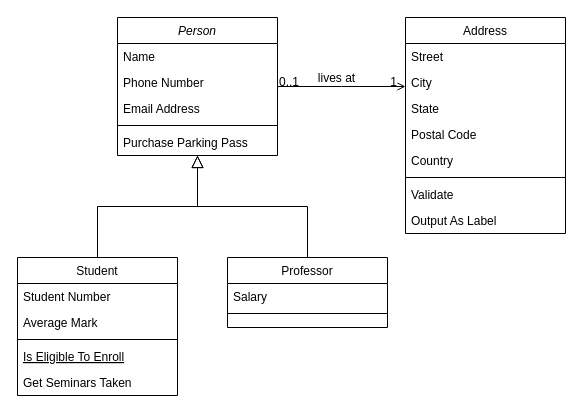
Earlier version of the draw.io diagram exemplos/DiagramaClassePessoa.drawio (ProfNpc/diagramas). Source tidied: cells renumbered, new cells numbered last; positions are measured from the earlier drawing's top-left corner, leaving out a move shared by most shapes. Both pictures are drawn from the tidied source at 100%, with x=0, y=0 at pixel (17, 17).
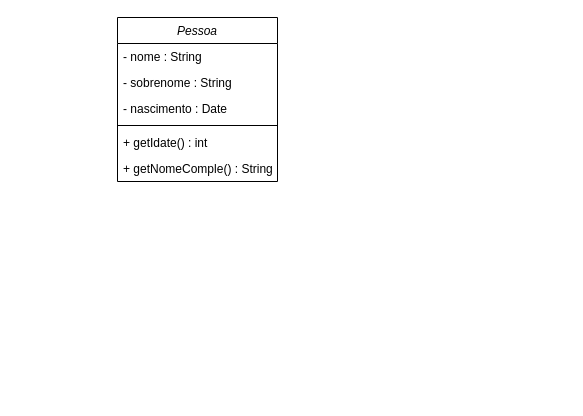
After the change.

The edit, as a diff of the source:
```diff
@@
-    <mxCell id="2" value="Person" style="swimlane;fontStyle=2;align=center;verticalAlign=top;horizontal=1;startSize=26;rounded=0;shadow=0;strokeWidth=1;" parent="1" vertex="1">
-      <mxGeometry x="100" width="160" height="138" as="geometry" />
+    <mxCell id="2" value="Pessoa" style="swimlane;fontStyle=2;align=center;verticalAlign=top;horizontal=1;startSize=26;rounded=0;shadow=0;strokeWidth=1;" parent="1" vertex="1">
+      <mxGeometry x="100" width="160" height="164" as="geometry" />
     </mxCell>
-    <mxCell id="3" value="Name" style="text;align=left;verticalAlign=top;spacingLeft=4;spacingRight=4;overflow=hidden;" parent="2" vertex="1">
+    <mxCell id="3" value="- nome : String" style="text;align=left;verticalAlign=top;spacingLeft=4;spacingRight=4;overflow=hidden;" parent="2" vertex="1">
       <mxGeometry y="26" width="160" height="26" as="geometry" />
     </mxCell>
-    <mxCell id="4" value="Phone Number" style="text;align=left;verticalAlign=top;spacingLeft=4;spacingRight=4;overflow=hidden;rounded=0;shadow=0;html=0;" parent="2" vertex="1">
+    <mxCell id="4" value="- sobrenome : String" style="text;align=left;verticalAlign=top;spacingLeft=4;spacingRight=4;overflow=hidden;rounded=0;shadow=0;html=0;" parent="2" vertex="1">
       <mxGeometry y="52" width="160" height="26" as="geometry" />
     </mxCell>
-    <mxCell id="5" value="Email Address" style="text;align=left;verticalAlign=top;spacingLeft=4;spacingRight=4;overflow=hidden;rounded=0;shadow=0;html=0;" parent="2" vertex="1">
+    <mxCell id="5" value="- nascimento : Date" style="text;align=left;verticalAlign=top;spacingLeft=4;spacingRight=4;overflow=hidden;rounded=0;shadow=0;html=0;" parent="2" vertex="1">
       <mxGeometry y="78" width="160" height="26" as="geometry" />
     </mxCell>
@@
-    <mxCell id="7" value="Purchase Parking Pass" style="text;align=left;verticalAlign=top;spacingLeft=4;spacingRight=4;overflow=hidden;" parent="2" vertex="1">
+    <mxCell id="7" value="+ getIdate() : int" style="text;align=left;verticalAlign=top;spacingLeft=4;spacingRight=4;overflow=hidden;" parent="2" vertex="1">
       <mxGeometry y="112" width="160" height="26" as="geometry" />
     </mxCell>
-    <mxCell id="8" value="Student" style="swimlane;fontStyle=0;align=center;verticalAlign=top;horizontal=1;startSize=26;rounded=0;shadow=0;strokeWidth=1;" parent="1" vertex="1">
-      <mxGeometry y="240" width="160" height="138" as="geometry" />
-    </mxCell>
-    <mxCell id="9" value="Student Number" style="text;align=left;verticalAlign=top;spacingLeft=4;spacingRight=4;overflow=hidden;" parent="8" vertex="1">
-      <mxGeometry y="26" width="160" height="26" as="geometry" />
-    </mxCell>
-    <mxCell id="10" value="Average Mark" style="text;align=left;verticalAlign=top;spacingLeft=4;spacingRight=4;overflow=hidden;rounded=0;shadow=0;html=0;" parent="8" vertex="1">
-      <mxGeometry y="52" width="160" height="26" as="geometry" />
-    </mxCell>
-    <mxCell id="11" style="line;html=1;strokeWidth=1;align=left;verticalAlign=middle;spacingTop=-1;spacingLeft=3;spacingRight=3;labelPosition=right;" parent="8" vertex="1">
-      <mxGeometry y="78" width="160" height="8" as="geometry" />
-    </mxCell>
-    <mxCell id="12" value="Is Eligible To Enroll" style="text;align=left;verticalAlign=top;spacingLeft=4;spacingRight=4;overflow=hidden;fontStyle=4;" parent="8" vertex="1">
-      <mxGeometry y="86" width="160" height="26" as="geometry" />
-    </mxCell>
-    <mxCell id="13" value="Get Seminars Taken" style="text;align=left;verticalAlign=top;spacingLeft=4;spacingRight=4;overflow=hidden;" parent="8" vertex="1">
-      <mxGeometry y="112" width="160" height="26" as="geometry" />
-    </mxCell>
-    <mxCell id="14" style="endArrow=block;endSize=10;endFill=0;shadow=0;strokeWidth=1;rounded=0;edgeStyle=elbowEdgeStyle;elbow=vertical;" parent="1" edge="1" source="8" target="2">
-      <mxGeometry relative="1" as="geometry" />
-    </mxCell>
-    <mxCell id="15" value="Professor" style="swimlane;fontStyle=0;align=center;verticalAlign=top;horizontal=1;startSize=26;rounded=0;shadow=0;strokeWidth=1;" parent="1" vertex="1">
-      <mxGeometry x="210" y="240" width="160" height="70" as="geometry" />
-    </mxCell>
-    <mxCell id="16" value="Salary" style="text;align=left;verticalAlign=top;spacingLeft=4;spacingRight=4;overflow=hidden;" parent="15" vertex="1">
-      <mxGeometry y="26" width="160" height="26" as="geometry" />
-    </mxCell>
-    <mxCell id="17" style="line;html=1;strokeWidth=1;align=left;verticalAlign=middle;spacingTop=-1;spacingLeft=3;spacingRight=3;labelPosition=right;" parent="15" vertex="1">
-      <mxGeometry y="52" width="160" height="8" as="geometry" />
-    </mxCell>
-    <mxCell id="18" style="endArrow=block;endSize=10;endFill=0;shadow=0;strokeWidth=1;rounded=0;edgeStyle=elbowEdgeStyle;elbow=vertical;" parent="1" edge="1" source="15" target="2">
-      <mxGeometry relative="1" as="geometry" />
-    </mxCell>
-    <mxCell id="19" value="Address" style="swimlane;fontStyle=0;align=center;verticalAlign=top;horizontal=1;startSize=26;rounded=0;shadow=0;strokeWidth=1;" parent="1" vertex="1">
-      <mxGeometry x="388" width="160" height="216" as="geometry" />
-    </mxCell>
-    <mxCell id="20" value="Street" style="text;align=left;verticalAlign=top;spacingLeft=4;spacingRight=4;overflow=hidden;" parent="19" vertex="1">
-      <mxGeometry y="26" width="160" height="26" as="geometry" />
-    </mxCell>
-    <mxCell id="21" value="City" style="text;align=left;verticalAlign=top;spacingLeft=4;spacingRight=4;overflow=hidden;rounded=0;shadow=0;html=0;" parent="19" vertex="1">
-      <mxGeometry y="52" width="160" height="26" as="geometry" />
-    </mxCell>
-    <mxCell id="22" value="State" style="text;align=left;verticalAlign=top;spacingLeft=4;spacingRight=4;overflow=hidden;rounded=0;shadow=0;html=0;" parent="19" vertex="1">
-      <mxGeometry y="78" width="160" height="26" as="geometry" />
-    </mxCell>
-    <mxCell id="23" value="Postal Code" style="text;align=left;verticalAlign=top;spacingLeft=4;spacingRight=4;overflow=hidden;rounded=0;shadow=0;html=0;" parent="19" vertex="1">
-      <mxGeometry y="104" width="160" height="26" as="geometry" />
-    </mxCell>
-    <mxCell id="24" value="Country" style="text;align=left;verticalAlign=top;spacingLeft=4;spacingRight=4;overflow=hidden;rounded=0;shadow=0;html=0;" parent="19" vertex="1">
-      <mxGeometry y="130" width="160" height="26" as="geometry" />
-    </mxCell>
-    <mxCell id="25" style="line;html=1;strokeWidth=1;align=left;verticalAlign=middle;spacingTop=-1;spacingLeft=3;spacingRight=3;labelPosition=right;" parent="19" vertex="1">
-      <mxGeometry y="156" width="160" height="8" as="geometry" />
-    </mxCell>
-    <mxCell id="26" value="Validate" style="text;align=left;verticalAlign=top;spacingLeft=4;spacingRight=4;overflow=hidden;" parent="19" vertex="1">
-      <mxGeometry y="164" width="160" height="26" as="geometry" />
-    </mxCell>
-    <mxCell id="27" value="Output As Label" style="text;align=left;verticalAlign=top;spacingLeft=4;spacingRight=4;overflow=hidden;" parent="19" vertex="1">
-      <mxGeometry y="190" width="160" height="26" as="geometry" />
-    </mxCell>
-    <mxCell id="28" style="endArrow=open;shadow=0;strokeWidth=1;rounded=0;endFill=1;edgeStyle=elbowEdgeStyle;elbow=vertical;" parent="1" edge="1" source="2" target="19">
-      <mxGeometry x="0.5" y="41" relative="1" as="geometry">
-        <mxPoint x="-40" y="32" as="offset" />
-      </mxGeometry>
-    </mxCell>
-    <mxCell id="29" value="0..1" style="align=left;verticalAlign=bottom;labelBackgroundColor=none;fontSize=12;" parent="28" vertex="1">
-      <mxGeometry x="-1" relative="1" as="geometry">
-        <mxPoint y="4" as="offset" />
-      </mxGeometry>
-    </mxCell>
-    <mxCell id="30" value="1" style="align=right;verticalAlign=bottom;labelBackgroundColor=none;fontSize=12;" parent="28" vertex="1">
-      <mxGeometry x="1" relative="1" as="geometry">
-        <mxPoint x="-7" y="4" as="offset" />
-      </mxGeometry>
-    </mxCell>
-    <mxCell id="31" value="lives at" style="text;html=1;align=center;verticalAlign=middle;labelBackgroundColor=none;rounded=0;shadow=0;strokeWidth=1;fontSize=12;" parent="28" vertex="1">
-      <mxGeometry x="0.5" y="49" relative="1" as="geometry">
-        <mxPoint x="-38" y="40" as="offset" />
-      </mxGeometry>
-    </mxCell>
+    <mxCell id="32" value="+ getNomeComple() : String" style="text;align=left;verticalAlign=top;spacingLeft=4;spacingRight=4;overflow=hidden;" parent="2" vertex="1">
+      <mxGeometry y="138" width="160" height="26" as="geometry" />
+    </mxCell>
```
